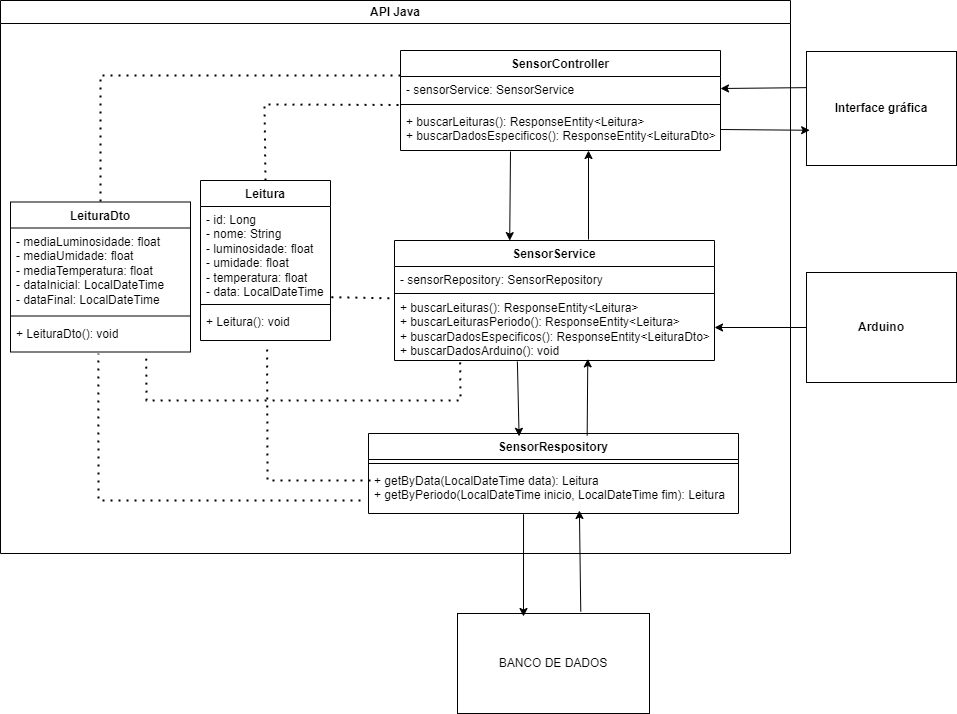
arieljorge/lut-sensor keeps this draw.io diagram as resources/diagrama_api_java.png. Above is the earlier version. Source tidied: cells renumbered, new cells last; positions are measured from the earlier drawing's top-left corner, leaving out a move shared by most shapes.
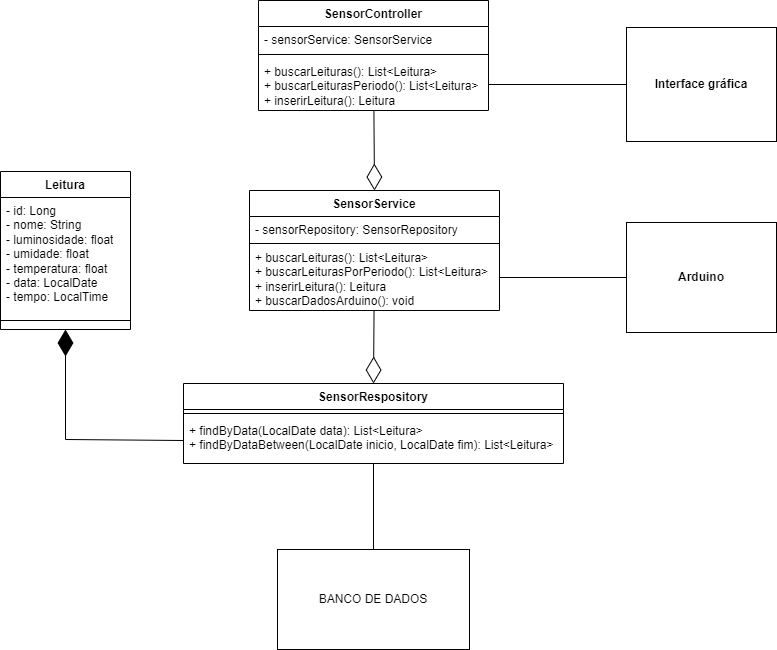
The same file after the commit.

Commit message:
inserindo imagens e alterando pequenos detalhes no java

The edit, as a diff of the source:
```diff
@@ -3,149 +3,77 @@
     <mxCell id="0" />
     <mxCell id="1" parent="0" />
     <mxCell id="2" value="BANCO DE DADOS" style="rounded=0;whiteSpace=wrap;html=1;" parent="1" vertex="1">
-      <mxGeometry x="457" y="613" width="192" height="100" as="geometry" />
+      <mxGeometry x="457" y="600" width="192" height="100" as="geometry" />
     </mxCell>
     <mxCell id="3" value="&lt;b&gt;Interface gráfica&lt;/b&gt;" style="rounded=0;whiteSpace=wrap;html=1;" parent="1" vertex="1">
-      <mxGeometry x="806" y="51" width="150" height="114" as="geometry" />
+      <mxGeometry x="806" y="78" width="150" height="114" as="geometry" />
     </mxCell>
     <mxCell id="4" value="&lt;b&gt;Arduino&lt;/b&gt;" style="rounded=0;whiteSpace=wrap;html=1;" parent="1" vertex="1">
-      <mxGeometry x="806" y="272" width="150" height="110" as="geometry" />
+      <mxGeometry x="806" y="273" width="150" height="110" as="geometry" />
     </mxCell>
-    <mxCell id="5" value="API&lt;span style=&quot;background-color: transparent; color: light-dark(rgb(0, 0, 0), rgb(255, 255, 255));&quot;&gt;&amp;nbsp;Java&lt;/span&gt;" style="swimlane;whiteSpace=wrap;html=1;" parent="1" vertex="1">
-      <mxGeometry width="790" height="553" as="geometry" />
-    </mxCell>
+    <mxCell id="37" style="endArrow=none;html=1;rounded=0;exitX=0.5;exitY=0;exitDx=0;exitDy=0;" parent="1" edge="1" source="2" target="12">
+      <mxGeometry relative="1" as="geometry" />
+    </mxCell>
-    <mxCell id="6" value="SensorController" style="swimlane;fontStyle=1;align=center;verticalAlign=top;horizontal=1;startSize=26;whiteSpace=wrap;html=1;" parent="5" vertex="1">
-      <mxGeometry x="400" y="50" width="320" height="100" as="geometry" />
+    <mxCell id="6" value="SensorController" style="swimlane;fontStyle=1;align=center;verticalAlign=top;horizontal=1;startSize=26;whiteSpace=wrap;html=1;" parent="1" vertex="1">
+      <mxGeometry x="438" y="51" width="230" height="110" as="geometry" />
     </mxCell>
     <mxCell id="7" value="&lt;div&gt;- sensorService: SensorService&lt;/div&gt;" style="text;strokeColor=none;fillColor=none;align=left;verticalAlign=top;spacingLeft=4;spacingRight=4;overflow=hidden;points=[[0,0.5],[1,0.5]];portConstraint=eastwest;whiteSpace=wrap;html=1;" parent="6" vertex="1">
-      <mxGeometry y="26" width="320" height="24" as="geometry" />
+      <mxGeometry y="26" width="230" height="24" as="geometry" />
     </mxCell>
     <mxCell id="8" style="line;strokeWidth=1;fillColor=none;align=left;verticalAlign=middle;spacingTop=-1;spacingLeft=3;spacingRight=3;labelPosition=right;strokeColor=inherit;" parent="6" vertex="1">
-      <mxGeometry y="50" width="320" height="8" as="geometry" />
+      <mxGeometry y="50" width="230" height="8" as="geometry" />
     </mxCell>
-    <mxCell id="9" value="+ buscarLeituras(): ResponseEntity&amp;lt;Leitura&amp;gt;&lt;div&gt;+ buscarDadosEspecificos(): ResponseEntity&amp;lt;LeituraDto&amp;gt;&lt;/div&gt;" style="text;strokeColor=none;fillColor=none;align=left;verticalAlign=top;spacingLeft=4;spacingRight=4;overflow=hidden;points=[[0,0.5],[1,0.5]];portConstraint=eastwest;whiteSpace=wrap;html=1;" parent="6" vertex="1">
-      <mxGeometry y="58" width="320" height="42" as="geometry" />
+    <mxCell id="9" value="+ buscarLeituras(): List&amp;lt;Leitura&amp;gt;&lt;div&gt;&lt;div&gt;+ buscarLeiturasPeriodo():&amp;nbsp;&lt;span style=&quot;background-color: transparent; color: light-dark(rgb(0, 0, 0), rgb(255, 255, 255));&quot;&gt;List&amp;lt;Leitura&amp;gt;&lt;/span&gt;&lt;/div&gt;&lt;/div&gt;&lt;div&gt;&lt;span style=&quot;background-color: transparent; color: light-dark(rgb(0, 0, 0), rgb(255, 255, 255));&quot;&gt;+&amp;nbsp;&lt;/span&gt;&lt;span style=&quot;background-color: transparent;&quot;&gt;inserirLeitura(): Leitura&lt;/span&gt;&lt;/div&gt;" style="text;strokeColor=none;fillColor=none;align=left;verticalAlign=top;spacingLeft=4;spacingRight=4;overflow=hidden;points=[[0,0.5],[1,0.5]];portConstraint=eastwest;whiteSpace=wrap;html=1;" parent="6" vertex="1">
+      <mxGeometry y="58" width="230" height="52" as="geometry" />
     </mxCell>
-    <mxCell id="10" value="SensorRespository&lt;div&gt;&lt;br&gt;&lt;/div&gt;" style="swimlane;fontStyle=1;align=center;verticalAlign=top;horizontal=1;startSize=26;whiteSpace=wrap;html=1;" parent="5" vertex="1">
-      <mxGeometry x="368" y="433" width="370" height="80" as="geometry" />
-    </mxCell>
-    <mxCell id="11" style="line;strokeWidth=1;fillColor=none;align=left;verticalAlign=middle;spacingTop=-1;spacingLeft=3;spacingRight=3;labelPosition=right;strokeColor=inherit;" parent="10" vertex="1">
-      <mxGeometry y="26" width="370" height="8" as="geometry" />
-    </mxCell>
-    <mxCell id="12" value="+ getByData(LocalDateTime data): Leitura&lt;div&gt;+ getByPeriodo(LocalDateTime inicio, LocalDateTime fim): Leitura&lt;/div&gt;" style="text;strokeColor=none;fillColor=none;align=left;verticalAlign=top;spacingLeft=4;spacingRight=4;overflow=hidden;points=[[0,0.5],[1,0.5]];portConstraint=eastwest;whiteSpace=wrap;html=1;" parent="10" vertex="1">
-      <mxGeometry y="34" width="370" height="46" as="geometry" />
-    </mxCell>
+    <mxCell id="19" value="Leitura" style="swimlane;fontStyle=1;align=center;verticalAlign=top;horizontal=1;startSize=26;whiteSpace=wrap;html=1;" parent="1" vertex="1">
+      <mxGeometry x="180" y="222" width="130" height="158" as="geometry" />
+    </mxCell>
+    <mxCell id="20" value="&lt;div&gt;- id: Long&lt;/div&gt;&lt;div&gt;- nome: String&lt;/div&gt;- luminosidade: float&lt;div&gt;- umidade: float&lt;/div&gt;&lt;div&gt;- temperatura: float&lt;/div&gt;&lt;div&gt;- data: LocalDate&lt;/div&gt;&lt;div&gt;- tempo: LocalTime&lt;/div&gt;" style="text;strokeColor=none;fillColor=none;align=left;verticalAlign=top;spacingLeft=4;spacingRight=4;overflow=hidden;points=[[0,0.5],[1,0.5]];portConstraint=eastwest;whiteSpace=wrap;html=1;" parent="19" vertex="1">
+      <mxGeometry y="26" width="130" height="114" as="geometry" />
+    </mxCell>
+    <mxCell id="21" style="line;strokeWidth=1;fillColor=none;align=left;verticalAlign=middle;spacingTop=-1;spacingLeft=3;spacingRight=3;labelPosition=right;strokeColor=inherit;" parent="19" vertex="1">
+      <mxGeometry y="140" width="130" height="18" as="geometry" />
+    </mxCell>
-    <mxCell id="13" value="SensorService" style="swimlane;fontStyle=1;align=center;verticalAlign=top;horizontal=1;startSize=26;whiteSpace=wrap;html=1;" parent="5" vertex="1">
-      <mxGeometry x="394" y="240" width="320" height="120" as="geometry" />
+    <mxCell id="13" value="SensorService" style="swimlane;fontStyle=1;align=center;verticalAlign=top;horizontal=1;startSize=26;whiteSpace=wrap;html=1;" parent="1" vertex="1">
+      <mxGeometry x="429" y="241" width="250" height="120" as="geometry" />
     </mxCell>
     <mxCell id="14" value="- sensorRepository: SensorRepository" style="text;strokeColor=none;fillColor=none;align=left;verticalAlign=top;spacingLeft=4;spacingRight=4;overflow=hidden;whiteSpace=wrap;html=1;" parent="13" vertex="1">
-      <mxGeometry y="26" width="320" height="26" as="geometry" />
+      <mxGeometry y="26" width="250" height="26" as="geometry" />
     </mxCell>
     <mxCell id="15" style="line;strokeWidth=1;fillColor=none;align=left;verticalAlign=middle;spacingTop=-1;spacingLeft=3;spacingRight=3;labelPosition=right;strokeColor=inherit;" parent="13" vertex="1">
-      <mxGeometry y="52" width="320" height="2" as="geometry" />
+      <mxGeometry y="52" width="250" height="2" as="geometry" />
     </mxCell>
-    <mxCell id="16" value="+ buscarLeituras(): ResponseEntity&amp;lt;Leitura&amp;gt;&lt;div&gt;+ buscarLeiturasPeriodo(): ResponseEntity&amp;lt;Leitura&amp;gt;&lt;/div&gt;&lt;div&gt;+ buscarDadosEspecificos(): ResponseEntity&amp;lt;LeituraDto&amp;gt;&lt;/div&gt;&lt;div&gt;+ buscarDadosArduino(): void&lt;/div&gt;" style="text;strokeColor=none;fillColor=none;align=left;verticalAlign=top;spacingLeft=4;spacingRight=4;overflow=hidden;points=[[0,0.5],[1,0.5]];portConstraint=eastwest;whiteSpace=wrap;html=1;" parent="13" vertex="1">
-      <mxGeometry y="54" width="320" height="66" as="geometry" />
+    <mxCell id="16" value="+ buscarLeituras(): List&amp;lt;Leitura&amp;gt;&lt;div&gt;+ buscarLeiturasPorPeriodo(): List&amp;lt;Leitura&amp;gt;&lt;/div&gt;&lt;div&gt;+&amp;nbsp;inserirLeitura():&amp;nbsp;Leitura&lt;/div&gt;&lt;div&gt;+ buscarDadosArduino(): void&lt;/div&gt;" style="text;strokeColor=none;fillColor=none;align=left;verticalAlign=top;spacingLeft=4;spacingRight=4;overflow=hidden;points=[[0,0.5],[1,0.5]];portConstraint=eastwest;whiteSpace=wrap;html=1;" parent="13" vertex="1">
+      <mxGeometry y="54" width="250" height="66" as="geometry" />
     </mxCell>
-    <mxCell id="17" style="html=1;rounded=0;" parent="5" edge="1">
-      <mxGeometry relative="1" as="geometry">
-        <mxPoint x="588" y="239" as="sourcePoint" />
-        <mxPoint x="588" y="150" as="targetPoint" />
-      </mxGeometry>
-    </mxCell>
-    <mxCell id="18" style="endArrow=classic;html=1;rounded=0;entryX=0.36;entryY=0.001;entryDx=0;entryDy=0;entryPerimeter=0;" parent="5" edge="1" target="13">
-      <mxGeometry relative="1" as="geometry">
-        <mxPoint x="510" y="151" as="sourcePoint" />
-      </mxGeometry>
-    </mxCell>
-    <mxCell id="19" value="Leitura" style="swimlane;fontStyle=1;align=center;verticalAlign=top;horizontal=1;startSize=26;whiteSpace=wrap;html=1;" parent="5" vertex="1">
-      <mxGeometry x="200" y="180" width="130" height="160" as="geometry" />
-    </mxCell>
-    <mxCell id="20" value="&lt;div&gt;- id: Long&lt;/div&gt;&lt;div&gt;- nome: String&lt;/div&gt;- luminosidade: float&lt;div&gt;- umidade: float&lt;/div&gt;&lt;div&gt;- temperatura: float&lt;/div&gt;&lt;div&gt;- data: LocalDateTime&lt;/div&gt;" style="text;strokeColor=none;fillColor=none;align=left;verticalAlign=top;spacingLeft=4;spacingRight=4;overflow=hidden;points=[[0,0.5],[1,0.5]];portConstraint=eastwest;whiteSpace=wrap;html=1;" parent="19" vertex="1">
-      <mxGeometry y="26" width="130" height="94" as="geometry" />
-    </mxCell>
-    <mxCell id="21" style="line;strokeWidth=1;fillColor=none;align=left;verticalAlign=middle;spacingTop=-1;spacingLeft=3;spacingRight=3;labelPosition=right;strokeColor=inherit;" parent="19" vertex="1">
-      <mxGeometry y="120" width="130" height="8" as="geometry" />
-    </mxCell>
-    <mxCell id="22" value="&lt;div&gt;+ Leitura(): void&lt;/div&gt;" style="text;strokeColor=none;fillColor=none;align=left;verticalAlign=top;spacingLeft=4;spacingRight=4;overflow=hidden;points=[[0,0.5],[1,0.5]];portConstraint=eastwest;whiteSpace=wrap;html=1;" parent="19" vertex="1">
-      <mxGeometry y="128" width="130" height="32" as="geometry" />
-    </mxCell>
-    <mxCell id="23" style="endArrow=none;dashed=1;html=1;dashPattern=1 3;strokeWidth=2;rounded=0;entryX=0.512;entryY=1.093;entryDx=0;entryDy=0;entryPerimeter=0;" parent="5" edge="1" target="22">
-      <mxGeometry relative="1" as="geometry">
-        <mxPoint x="370" y="480" as="sourcePoint" />
-        <Array as="points">
-          <mxPoint x="350" y="480" />
-          <mxPoint x="267" y="480" />
-        </Array>
-      </mxGeometry>
-    </mxCell>
-    <mxCell id="24" style="endArrow=none;dashed=1;html=1;dashPattern=1 3;strokeWidth=2;rounded=0;entryX=-0.004;entryY=-0.084;entryDx=0;entryDy=0;exitX=0.5;exitY=0;exitDx=0;exitDy=0;entryPerimeter=0;" parent="5" edge="1" source="19" target="9">
-      <mxGeometry relative="1" as="geometry">
-        <Array as="points">
-          <mxPoint x="264" y="104" />
-        </Array>
-      </mxGeometry>
-    </mxCell>
-    <mxCell id="25" style="endArrow=classic;html=1;rounded=0;entryX=0.407;entryY=0.035;entryDx=0;entryDy=0;entryPerimeter=0;exitX=0.384;exitY=1.015;exitDx=0;exitDy=0;exitPerimeter=0;" parent="5" edge="1" source="16" target="10">
-      <mxGeometry relative="1" as="geometry" />
-    </mxCell>
-    <mxCell id="26" style="endArrow=classic;html=1;rounded=0;entryX=0.604;entryY=0.976;entryDx=0;entryDy=0;entryPerimeter=0;exitX=0.591;exitY=0.024;exitDx=0;exitDy=0;exitPerimeter=0;" parent="5" edge="1" source="10" target="16">
-      <mxGeometry relative="1" as="geometry" />
-    </mxCell>
-    <mxCell id="27" value="LeituraDto" style="swimlane;fontStyle=1;align=center;verticalAlign=top;horizontal=1;startSize=26;whiteSpace=wrap;html=1;" parent="5" vertex="1">
-      <mxGeometry x="10" y="201.5" width="180" height="150" as="geometry" />
-    </mxCell>
-    <mxCell id="28" value="- mediaLuminosidade: float&lt;div&gt;- mediaUmidade: float&lt;/div&gt;&lt;div&gt;- mediaTemperatura: float&lt;/div&gt;&lt;div&gt;- dataInicial: LocalDateTime&lt;/div&gt;&lt;div&gt;- dataFinal: LocalDateTime&lt;/div&gt;" style="text;strokeColor=none;fillColor=none;align=left;verticalAlign=top;spacingLeft=4;spacingRight=4;overflow=hidden;whiteSpace=wrap;html=1;" parent="27" vertex="1">
-      <mxGeometry y="26" width="180" height="84" as="geometry" />
-    </mxCell>
-    <mxCell id="29" style="line;strokeWidth=1;fillColor=none;align=left;verticalAlign=middle;spacingTop=-1;spacingLeft=3;spacingRight=3;labelPosition=right;strokeColor=inherit;" parent="27" vertex="1">
-      <mxGeometry y="110" width="180" height="8" as="geometry" />
-    </mxCell>
-    <mxCell id="30" value="&lt;div&gt;+ LeituraDto(): void&lt;/div&gt;" style="text;strokeColor=none;fillColor=none;align=left;verticalAlign=top;spacingLeft=4;spacingRight=4;overflow=hidden;points=[[0,0.5],[1,0.5]];portConstraint=eastwest;whiteSpace=wrap;html=1;" parent="27" vertex="1">
-      <mxGeometry y="118" width="180" height="32" as="geometry" />
-    </mxCell>
-    <mxCell id="31" style="endArrow=none;dashed=1;html=1;dashPattern=1 3;strokeWidth=2;rounded=0;entryX=0.5;entryY=0;entryDx=0;entryDy=0;exitX=0;exitY=0.25;exitDx=0;exitDy=0;" parent="5" edge="1" source="6" target="27">
-      <mxGeometry relative="1" as="geometry">
-        <Array as="points">
-          <mxPoint x="100" y="75" />
-        </Array>
-      </mxGeometry>
-    </mxCell>
-    <mxCell id="32" style="endArrow=none;dashed=1;html=1;dashPattern=1 3;strokeWidth=2;rounded=0;exitX=1.007;exitY=0.965;exitDx=0;exitDy=0;exitPerimeter=0;entryX=-0.006;entryY=0.058;entryDx=0;entryDy=0;entryPerimeter=0;" parent="5" edge="1" source="20" target="16">
-      <mxGeometry relative="1" as="geometry" />
-    </mxCell>
-    <mxCell id="33" style="endArrow=none;dashed=1;html=1;dashPattern=1 3;strokeWidth=2;rounded=0;entryX=0.488;entryY=1.052;entryDx=0;entryDy=0;entryPerimeter=0;" parent="5" edge="1" target="30">
-      <mxGeometry relative="1" as="geometry">
-        <mxPoint x="360" y="500" as="sourcePoint" />
-        <Array as="points">
-          <mxPoint x="98" y="500" />
-        </Array>
-      </mxGeometry>
-    </mxCell>
-    <mxCell id="34" style="endArrow=none;dashed=1;html=1;dashPattern=1 3;strokeWidth=2;rounded=0;entryX=0.754;entryY=1.052;entryDx=0;entryDy=0;entryPerimeter=0;exitX=0.205;exitY=1.028;exitDx=0;exitDy=0;exitPerimeter=0;" parent="5" edge="1" source="16" target="30">
-      <mxGeometry relative="1" as="geometry">
-        <Array as="points">
-          <mxPoint x="460" y="400" />
-          <mxPoint x="146" y="400" />
-        </Array>
-      </mxGeometry>
-    </mxCell>
-    <mxCell id="35" style="endArrow=classic;html=1;rounded=0;exitX=-0.003;exitY=0.317;exitDx=0;exitDy=0;exitPerimeter=0;entryX=1;entryY=0.5;entryDx=0;entryDy=0;" parent="1" edge="1" source="3" target="7">
-      <mxGeometry relative="1" as="geometry" />
-    </mxCell>
+    <mxCell id="10" value="SensorRespository&lt;div&gt;&lt;br&gt;&lt;/div&gt;" style="swimlane;fontStyle=1;align=center;verticalAlign=top;horizontal=1;startSize=26;whiteSpace=wrap;html=1;" parent="1" vertex="1">
+      <mxGeometry x="363" y="434" width="380" height="80" as="geometry" />
+    </mxCell>
+    <mxCell id="11" style="line;strokeWidth=1;fillColor=none;align=left;verticalAlign=middle;spacingTop=-1;spacingLeft=3;spacingRight=3;labelPosition=right;strokeColor=inherit;" parent="10" vertex="1">
+      <mxGeometry y="26" width="380" height="8" as="geometry" />
+    </mxCell>
+    <mxCell id="12" value="+ findByData(LocalDate data): List&amp;lt;Leitura&amp;gt;&lt;div&gt;+ findByDataBetween(LocalDate inicio, LocalDate fim): List&amp;lt;Leitura&amp;gt;&lt;/div&gt;" style="text;strokeColor=none;fillColor=none;align=left;verticalAlign=top;spacingLeft=4;spacingRight=4;overflow=hidden;points=[[0,0.5],[1,0.5]];portConstraint=eastwest;whiteSpace=wrap;html=1;" parent="10" vertex="1">
+      <mxGeometry y="34" width="380" height="46" as="geometry" />
+    </mxCell>
+    <mxCell id="40" style="endArrow=diamondThin;endFill=1;endSize=24;html=1;rounded=0;entryX=0.5;entryY=1;entryDx=0;entryDy=0;exitX=0;exitY=0.5;exitDx=0;exitDy=0;" parent="1" edge="1" source="12" target="19">
+      <mxGeometry relative="1" as="geometry">
+        <Array as="points">
+          <mxPoint x="245" y="490" />
+        </Array>
+      </mxGeometry>
+    </mxCell>
-    <mxCell id="36" style="endArrow=classic;html=1;rounded=0;entryX=0.021;entryY=0.691;entryDx=0;entryDy=0;exitX=1;exitY=0.5;exitDx=0;exitDy=0;entryPerimeter=0;" parent="1" edge="1" source="9" target="3">
+    <mxCell id="36" style="endArrow=none;html=1;rounded=0;entryX=0;entryY=0.5;entryDx=0;entryDy=0;exitX=1;exitY=0.5;exitDx=0;exitDy=0;" parent="1" edge="1" source="9" target="3">
       <mxGeometry relative="1" as="geometry" />
     </mxCell>
-    <mxCell id="37" style="endArrow=classic;html=1;rounded=0;exitX=0.642;exitY=-0.02;exitDx=0;exitDy=0;exitPerimeter=0;entryX=0.57;entryY=0.935;entryDx=0;entryDy=0;entryPerimeter=0;" parent="1" edge="1" source="2" target="12">
-      <mxGeometry relative="1" as="geometry" />
-    </mxCell>
-    <mxCell id="38" style="endArrow=classic;html=1;rounded=0;exitX=0.419;exitY=1.016;exitDx=0;exitDy=0;exitPerimeter=0;" parent="1" edge="1" source="12">
-      <mxGeometry relative="1" as="geometry">
-        <mxPoint x="523" y="616" as="targetPoint" />
-      </mxGeometry>
-    </mxCell>
-    <mxCell id="39" style="endArrow=classic;html=1;rounded=0;entryX=1;entryY=0.5;entryDx=0;entryDy=0;" parent="1" edge="1" source="4" target="16">
-      <mxGeometry relative="1" as="geometry" />
-    </mxCell>
+    <mxCell id="41" style="endArrow=none;html=1;rounded=0;entryX=0;entryY=0.5;entryDx=0;entryDy=0;exitX=1;exitY=0.5;exitDx=0;exitDy=0;" parent="1" edge="1" source="16" target="4">
+      <mxGeometry relative="1" as="geometry" />
+    </mxCell>
+    <mxCell id="42" style="endArrow=diamondThin;endFill=0;endSize=24;html=1;rounded=0;entryX=0.5;entryY=0;entryDx=0;entryDy=0;" parent="1" edge="1" source="13" target="10">
+      <mxGeometry relative="1" as="geometry" />
+    </mxCell>
+    <mxCell id="43" style="endArrow=diamondThin;endFill=0;endSize=24;html=1;rounded=0;entryX=0.5;entryY=0;entryDx=0;entryDy=0;" parent="1" edge="1" source="6" target="13">
+      <mxGeometry relative="1" as="geometry" />
+    </mxCell>
   </root>
 </mxGraphModel>
```
